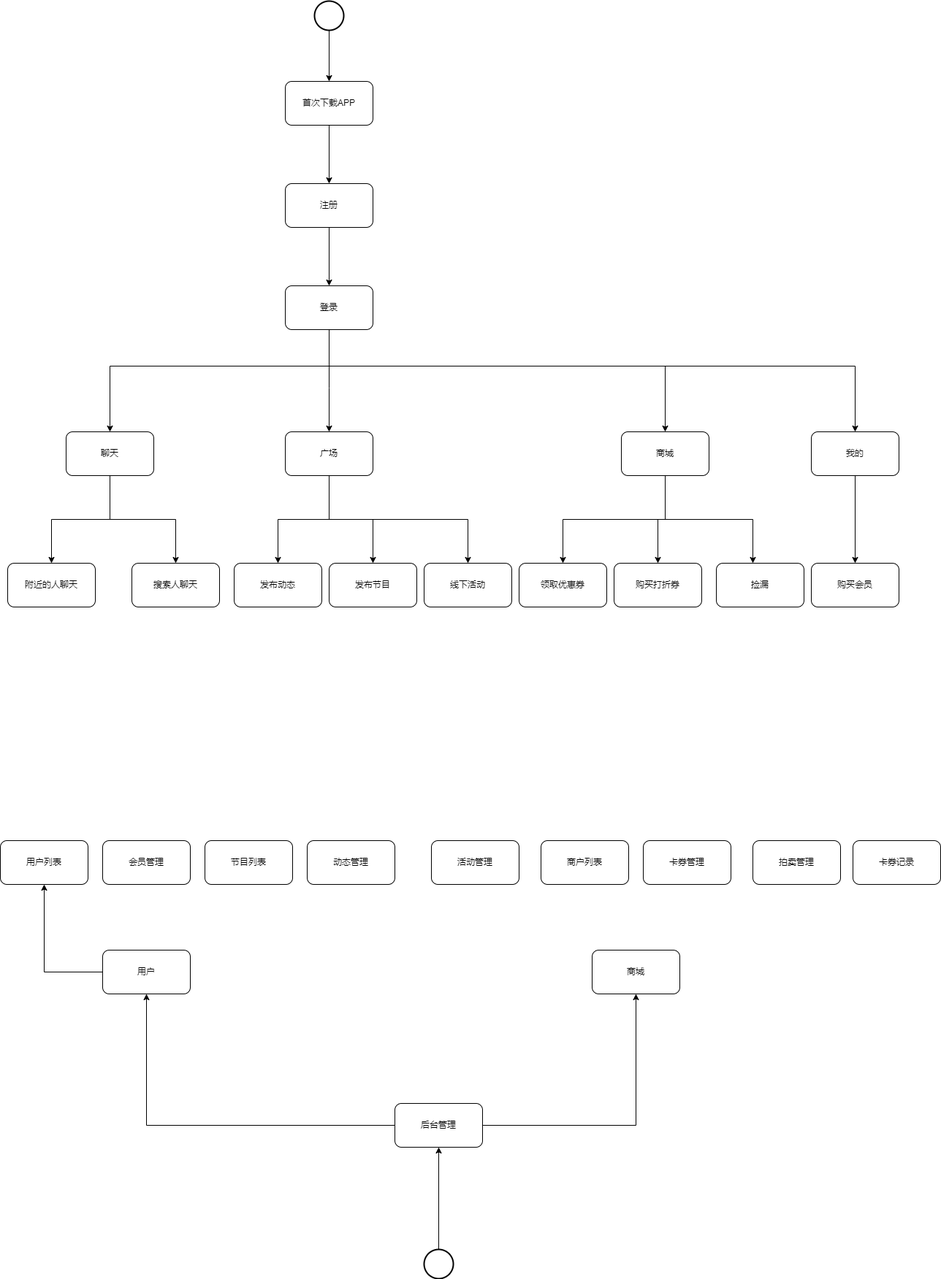
Earlier version of the draw.io export Untitled Diagram.drawio.png (suibianlx/business_architect). Source tidied: cells renumbered, new cells last; positions are measured from the earlier drawing's top-left corner, leaving out a move shared by most shapes.
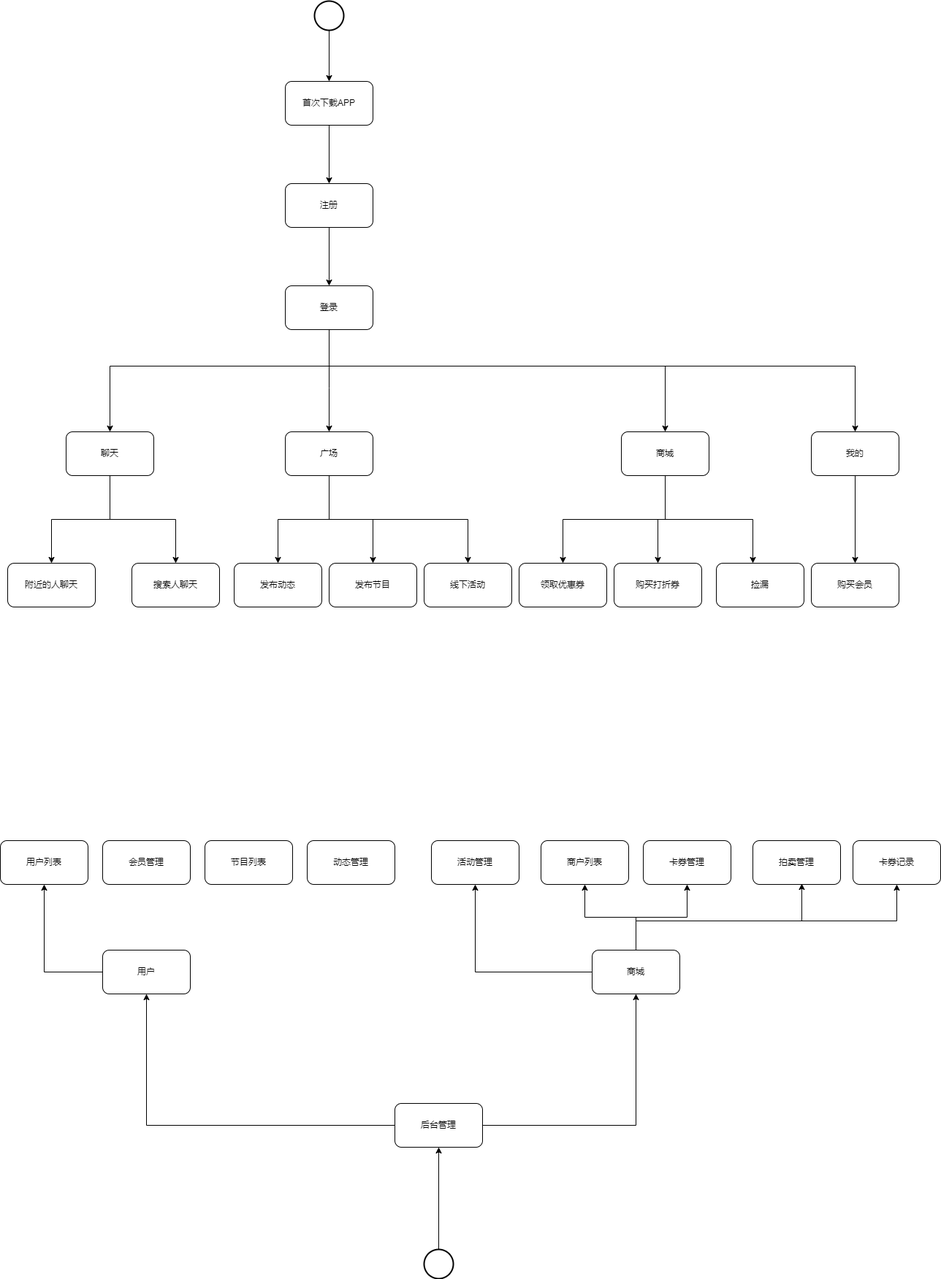
After the commit.

The edit, as a diff of the source:
```diff
@@ -157,6 +157,31 @@
     <mxCell id="41" value="动态管理" style="rounded=1;whiteSpace=wrap;html=1;" parent="1" vertex="1">
       <mxGeometry x="420" y="1150" width="120" height="60" as="geometry" />
     </mxCell>
+    <mxCell id="52" style="edgeStyle=orthogonalEdgeStyle;rounded=0;jettySize=auto;html=1;entryX=0.5;entryY=1;entryDx=0;entryDy=0;" parent="1" edge="1" source="42" target="47">
+      <mxGeometry relative="1" as="geometry" />
+    </mxCell>
+    <mxCell id="53" style="edgeStyle=orthogonalEdgeStyle;rounded=0;jettySize=auto;html=1;entryX=0.5;entryY=1;entryDx=0;entryDy=0;" parent="1" edge="1" source="42" target="43">
+      <mxGeometry relative="1" as="geometry" />
+    </mxCell>
+    <mxCell id="54" style="edgeStyle=orthogonalEdgeStyle;rounded=0;jettySize=auto;html=1;entryX=0.5;entryY=1;entryDx=0;entryDy=0;" parent="1" edge="1" source="42" target="44">
+      <mxGeometry relative="1" as="geometry" />
+    </mxCell>
+    <mxCell id="55" style="edgeStyle=orthogonalEdgeStyle;rounded=0;jettySize=auto;html=1;entryX=0.558;entryY=0.983;entryDx=0;entryDy=0;entryPerimeter=0;" parent="1" edge="1" source="42" target="45">
+      <mxGeometry relative="1" as="geometry">
+        <Array as="points">
+          <mxPoint x="870" y="1260" />
+          <mxPoint x="1097" y="1260" />
+        </Array>
+      </mxGeometry>
+    </mxCell>
+    <mxCell id="56" style="edgeStyle=orthogonalEdgeStyle;rounded=0;jettySize=auto;html=1;entryX=0.5;entryY=1;entryDx=0;entryDy=0;" parent="1" edge="1" source="42" target="46">
+      <mxGeometry relative="1" as="geometry">
+        <Array as="points">
+          <mxPoint x="870" y="1260" />
+          <mxPoint x="1227" y="1260" />
+        </Array>
+      </mxGeometry>
+    </mxCell>
     <mxCell id="42" value="商城" style="rounded=1;whiteSpace=wrap;html=1;" parent="1" vertex="1">
       <mxGeometry x="810" y="1300" width="120" height="60" as="geometry" />
     </mxCell>
```
